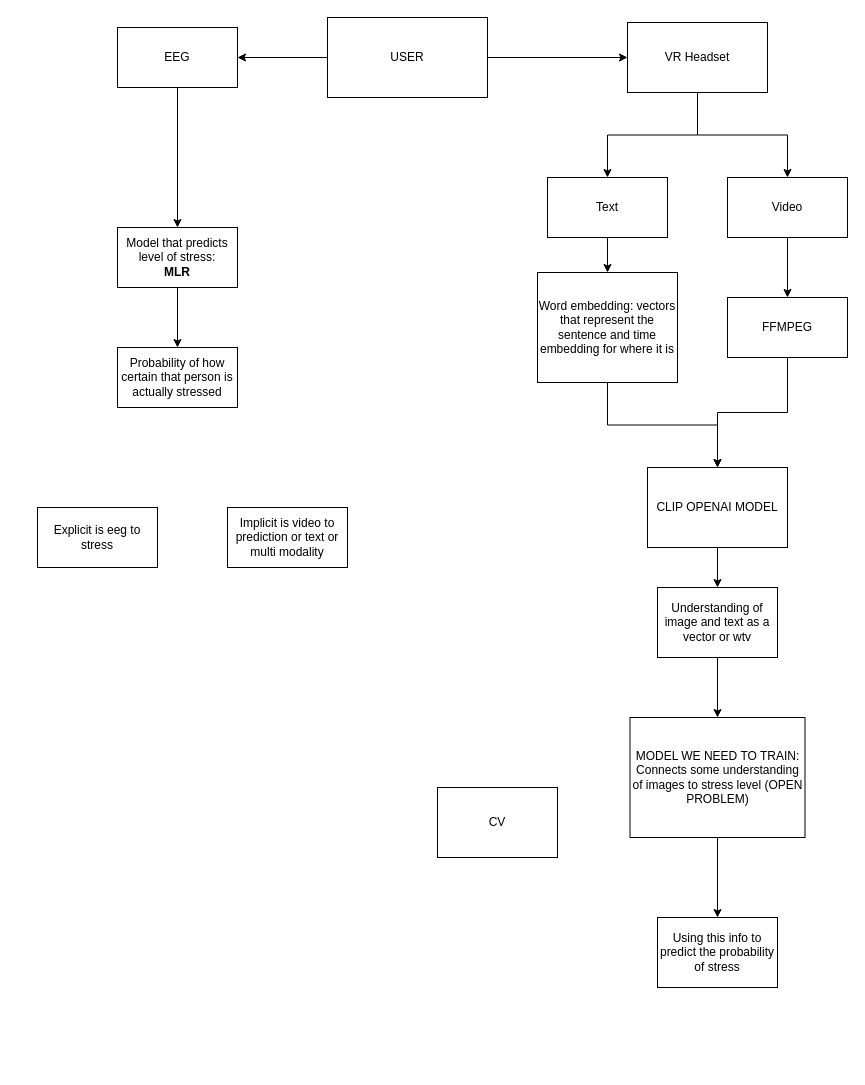
Above: Untitled Diagram.drawio in akhxl-sharma/AI-Research (draw.io), before the change. Source tidied: cells renumbered, new cells numbered last; positions are measured from the earlier drawing's top-left corner, leaving out a move shared by most shapes. Both pictures are drawn from the tidied source at 100%, with x=0, y=0 at pixel (37, 17).
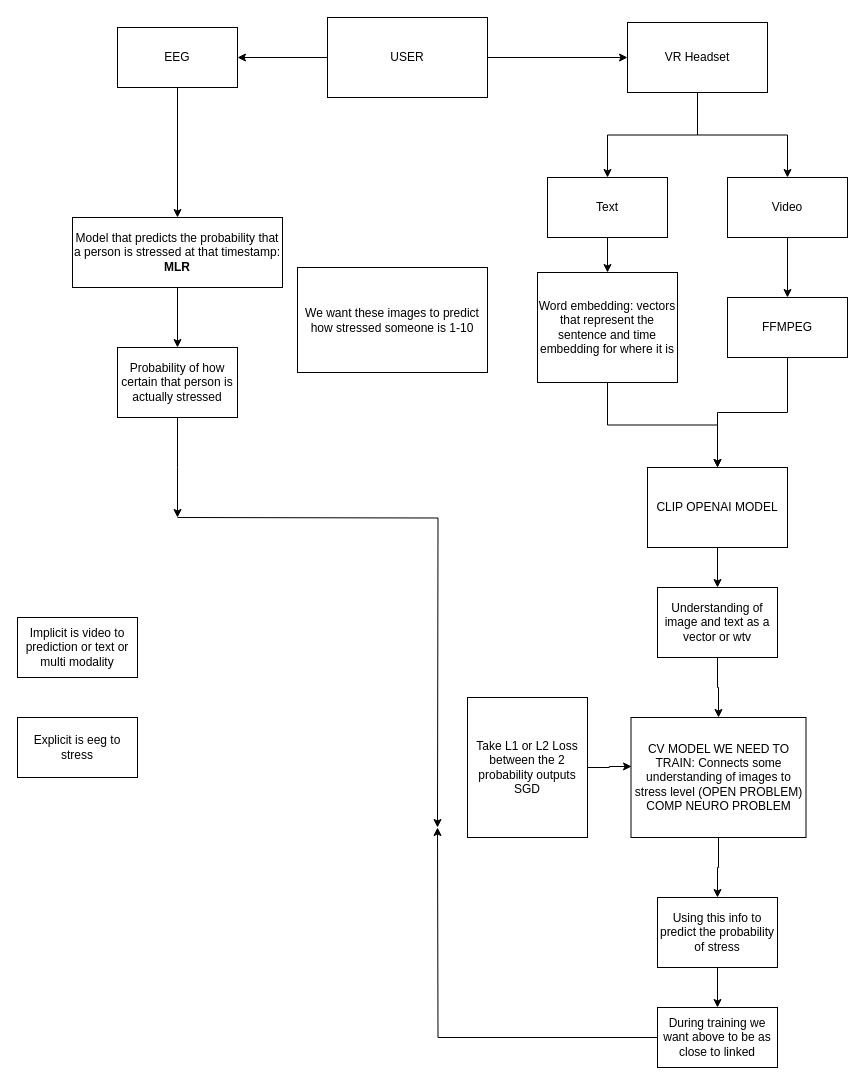
After the change.

Commit message:
Stealth Startup AI

What changed in the source:
```diff
@@
-    <mxCell id="4" value="CV" style="whiteSpace=wrap;html=1;" parent="1" vertex="1">
-      <mxGeometry x="400" y="770" width="120" height="70" as="geometry" />
-    </mxCell>
     <mxCell id="5" value="Implicit is video to prediction or text or multi modality " style="rounded=0;whiteSpace=wrap;html=1;" parent="1" vertex="1">
-      <mxGeometry x="190" y="490" width="120" height="60" as="geometry" />
+      <mxGeometry x="-20" y="600" width="120" height="60" as="geometry" />
     </mxCell>
@@
-    <mxCell id="7" value="&lt;div&gt;Model that predicts level of stress:&lt;/div&gt;&lt;div&gt;&lt;b&gt;MLR &lt;/b&gt;&lt;br&gt;&lt;/div&gt;" style="rounded=0;whiteSpace=wrap;html=1;" parent="1" vertex="1">
-      <mxGeometry x="80" y="210" width="120" height="60" as="geometry" />
+    <mxCell id="7" value="&lt;div&gt;Model that predicts the probability that a person is stressed at that timestamp:&lt;/div&gt;&lt;div&gt;&lt;b&gt;MLR &lt;/b&gt;&lt;br&gt;&lt;/div&gt;" style="rounded=0;whiteSpace=wrap;html=1;" parent="1" vertex="1">
+      <mxGeometry x="35" y="200" width="210" height="70" as="geometry" />
     </mxCell>
+    <mxCell id="31" style="edgeStyle=orthogonalEdgeStyle;rounded=0;jettySize=auto;html=1;" parent="1" edge="1" source="8">
+      <mxGeometry relative="1" as="geometry">
+        <mxPoint x="140" y="500" as="targetPoint" />
+      </mxGeometry>
+    </mxCell>
     <mxCell id="8" value="Probability of how certain that person is actually stressed" style="rounded=0;whiteSpace=wrap;html=1;" parent="1" vertex="1">
-      <mxGeometry x="80" y="330" width="120" height="60" as="geometry" />
+      <mxGeometry x="80" y="330" width="120" height="70" as="geometry" />
     </mxCell>
@@
-    <mxCell id="18" value="Explicit is eeg to stress" style="whiteSpace=wrap;html=1;" parent="1" vertex="1">
-      <mxGeometry y="490" width="120" height="60" as="geometry" />
-    </mxCell>
@@
+    <mxCell id="32" style="edgeStyle=orthogonalEdgeStyle;rounded=0;jettySize=auto;html=1;entryX=0.5;entryY=0;entryDx=0;entryDy=0;" parent="1" edge="1" source="28" target="36">
+      <mxGeometry relative="1" as="geometry" />
+    </mxCell>
     <mxCell id="28" value="Using this info to predict the probability of stress " style="whiteSpace=wrap;html=1;" parent="1" vertex="1">
-      <mxGeometry x="620" y="900" width="120" height="70" as="geometry" />
+      <mxGeometry x="620" y="880" width="120" height="70" as="geometry" />
     </mxCell>
@@
-    <mxCell id="30" value="MODEL WE NEED TO TRAIN: Connects some understanding of images to stress level (OPEN PROBLEM)" style="whiteSpace=wrap;html=1;" parent="1" vertex="1">
-      <mxGeometry x="592.5" y="700" width="175" height="120" as="geometry" />
+    <mxCell id="30" value="CV MODEL WE NEED TO TRAIN: Connects some understanding of images to stress level (OPEN PROBLEM) COMP NEURO PROBLEM" style="whiteSpace=wrap;html=1;" parent="1" vertex="1">
+      <mxGeometry x="593.5" y="700" width="175" height="120" as="geometry" />
     </mxCell>
+    <mxCell id="33" value="We want these images to predict how stressed someone is 1-10" style="rounded=0;whiteSpace=wrap;html=1;" parent="1" vertex="1">
+      <mxGeometry x="260" y="250" width="190" height="105" as="geometry" />
+    </mxCell>
+    <mxCell id="18" value="Explicit is eeg to stress" style="whiteSpace=wrap;html=1;" parent="1" vertex="1">
+      <mxGeometry x="-20" y="700" width="120" height="60" as="geometry" />
+    </mxCell>
+    <mxCell id="34" style="edgeStyle=orthogonalEdgeStyle;rounded=0;orthogonalLoop=1;jettySize=auto;html=1;entryX=0.5;entryY=0;entryDx=0;entryDy=0;" parent="1" edge="1">
+      <mxGeometry relative="1" as="geometry">
+        <mxPoint x="140" y="500" as="sourcePoint" />
+        <mxPoint x="400" y="810" as="targetPoint" />
+      </mxGeometry>
+    </mxCell>
+    <mxCell id="35" style="edgeStyle=orthogonalEdgeStyle;rounded=0;jettySize=auto;html=1;" parent="1" edge="1" source="36">
+      <mxGeometry relative="1" as="geometry">
+        <mxPoint x="400" y="810" as="targetPoint" />
+      </mxGeometry>
+    </mxCell>
+    <mxCell id="36" value="During training we want above to be as close to linked " style="whiteSpace=wrap;html=1;" parent="1" vertex="1">
+      <mxGeometry x="620" y="990" width="120" height="60" as="geometry" />
+    </mxCell>
+    <mxCell id="37" style="edgeStyle=orthogonalEdgeStyle;rounded=0;jettySize=auto;html=1;entryX=0.003;entryY=0.408;entryDx=0;entryDy=0;entryPerimeter=0;" parent="1" edge="1" source="38" target="30">
+      <mxGeometry relative="1" as="geometry" />
+    </mxCell>
+    <mxCell id="38" value="&lt;div&gt;Take L1 or L2 Loss between the 2 probability outputs &lt;br&gt;&lt;/div&gt;&lt;div&gt;SGD&lt;br&gt;&lt;/div&gt;" style="whiteSpace=wrap;html=1;" parent="1" vertex="1">
+      <mxGeometry x="430" y="680" width="120" height="140" as="geometry" />
+    </mxCell>
```
